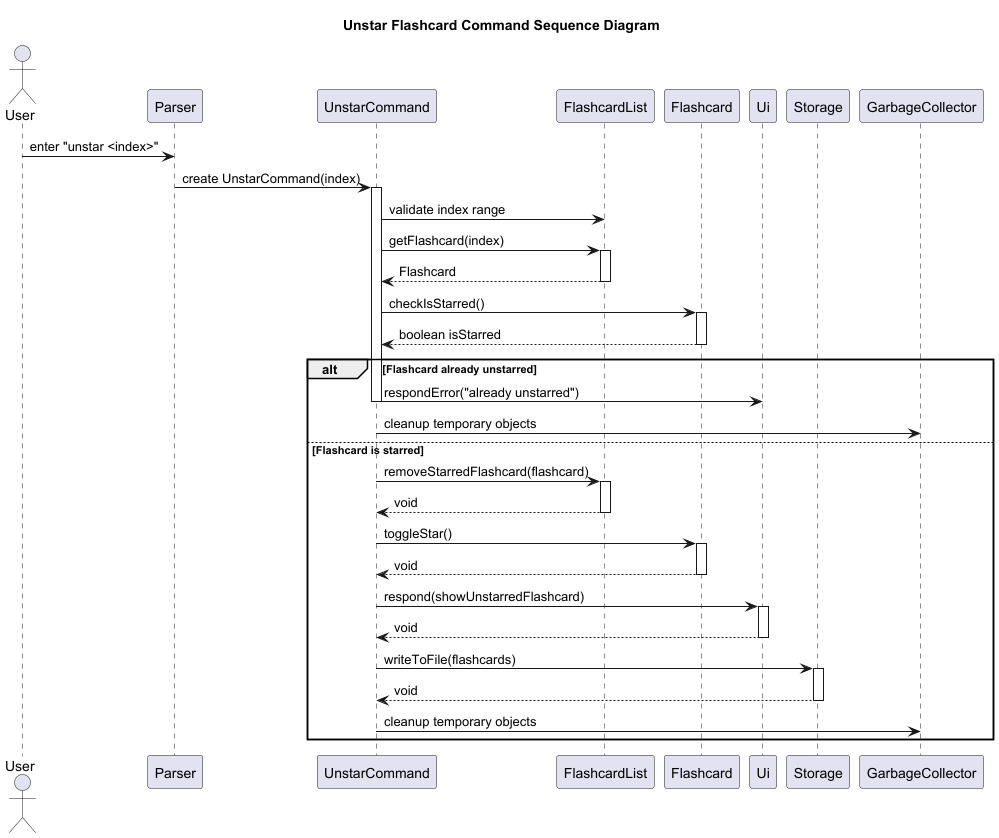
Before: docs/images/UnstarFlashcardFeature_Overall.png, a diagram exported from PlantUML (ashutoshalung/tp).
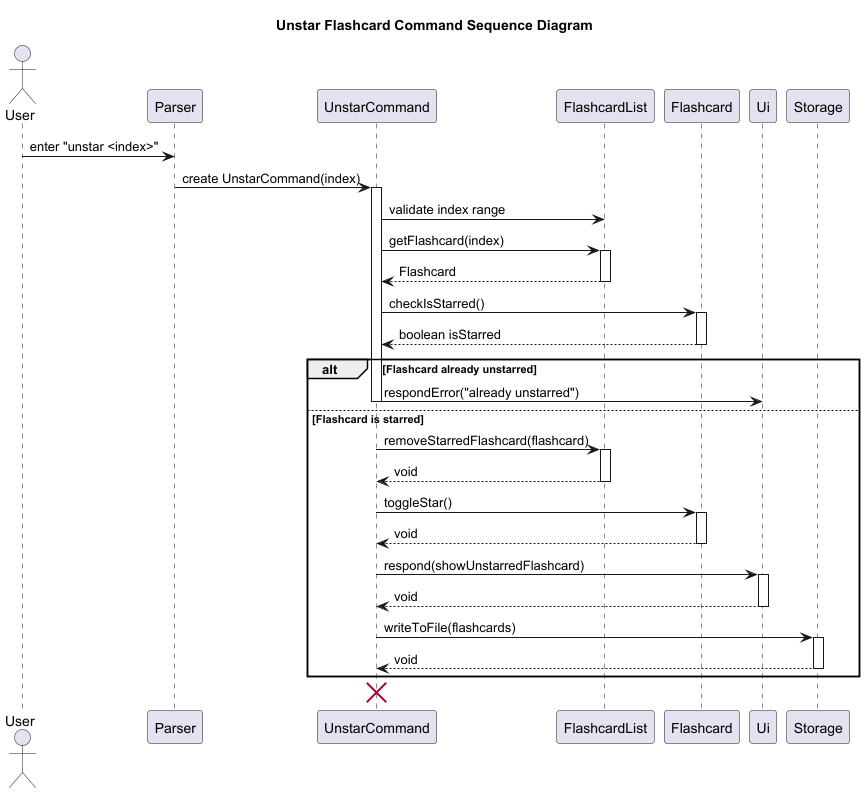
The same diagram one commit later.

Commit message:
Replace Unstar feature diagram image

The edit, as a diff of the source:
```diff
@@ -8,7 +8,6 @@
 participant Flashcard
 participant Ui
 participant Storage
-participant GarbageCollector
 
 User -> Parser : enter "unstar <index>"
 Parser -> UnstarCommand : create UnstarCommand(index)
@@ -28,7 +27,6 @@
 alt Flashcard already unstarred
     UnstarCommand -> Ui : respondError("already unstarred")
     deactivate UnstarCommand
-    GarbageCollector <- UnstarCommand : cleanup temporary objects
 else Flashcard is starred
     UnstarCommand -> FlashcardList : removeStarredFlashcard(flashcard)
     activate FlashcardList
@@ -49,9 +47,8 @@
     activate Storage
     Storage --> UnstarCommand : void
     deactivate Storage
-
-    GarbageCollector <- UnstarCommand : cleanup temporary objects
 end
 
-deactivate UnstarCommand
+destroy UnstarCommand
+
 @enduml
```
